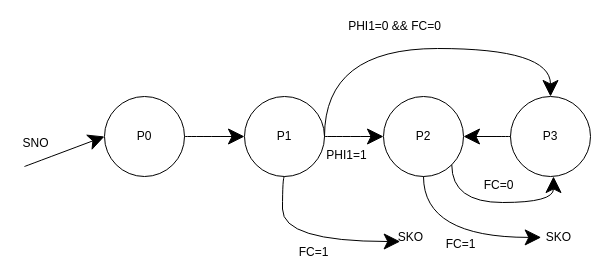
Earlier version of the draw.io diagram Graph DS 1.drawio (TimurQQ/Workshop). Source tidied: cells renumbered, new cells numbered last; positions are measured from the earlier drawing's top-left corner, leaving out a move shared by most shapes. Both pictures are drawn from the tidied source at 100%, with x=0, y=0 at pixel (17, 17).
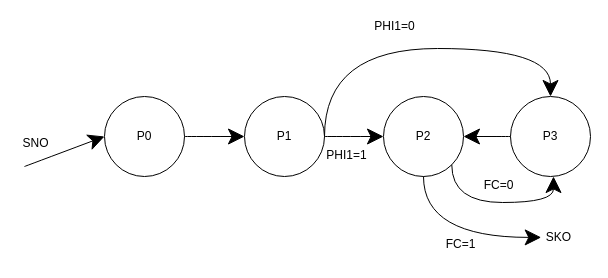
The same diagram, later.

The change refers to these unchanged cells:
```xml
<mxCell id="3" value="P1" style="ellipse;whiteSpace=wrap;html=1;hachureGap=4;" parent="1" vertex="1">
  <mxGeometry x="227" y="79" width="80" height="80" as="geometry" />
</mxCell>
```

Diff of the diagram source:
```diff
@@
-    <mxCell id="8" value="PHI1=0 &amp;amp;&amp;amp; FC=0" style="text;html=1;align=center;verticalAlign=middle;strokeColor=none;fillColor=none;hachureGap=4;" parent="1" vertex="1">
-      <mxGeometry x="325" width="103" height="18" as="geometry" />
+    <mxCell id="8" value="PHI1=0" style="text;html=1;align=center;verticalAlign=middle;strokeColor=none;fillColor=none;hachureGap=4;" parent="1" vertex="1">
+      <mxGeometry x="351" width="51" height="18" as="geometry" />
     </mxCell>
@@
-    <mxCell id="14" style="edgeStyle=segmentEdgeStyle;endArrow=classic;html=1;rounded=0;startSize=14;endSize=14;sourcePerimeterSpacing=8;targetPerimeterSpacing=8;curved=1;exitX=0.5;exitY=1;exitDx=0;exitDy=0;" parent="1" edge="1" source="3">
-      <mxGeometry relative="1" as="geometry">
-        <mxPoint x="382.7" y="224" as="targetPoint" />
-        <Array as="points">
-          <mxPoint x="265" y="159" />
-          <mxPoint x="265" y="224" />
-        </Array>
-      </mxGeometry>
-    </mxCell>
-    <mxCell id="15" value="SKO" style="text;html=1;align=center;verticalAlign=middle;strokeColor=none;fillColor=none;hachureGap=4;" parent="1" vertex="1">
-      <mxGeometry x="375" y="211" width="35" height="18" as="geometry" />
-    </mxCell>
-    <mxCell id="16" value="FC=1" style="text;html=1;align=center;verticalAlign=middle;strokeColor=none;fillColor=none;hachureGap=4;" parent="1" vertex="1">
-      <mxGeometry x="276" y="226" width="40" height="18" as="geometry" />
-    </mxCell>
```
